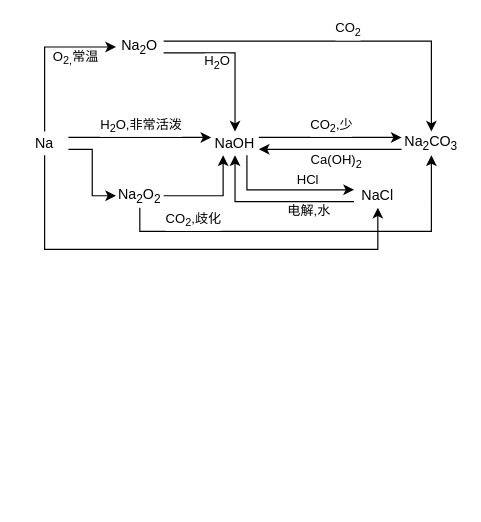
Before: drawio/Na.drawio in yang-zhongtian/11, a draw.io diagram. Source tidied: cells renumbered, new cells numbered last; positions are measured from the earlier drawing's top-left corner, leaving out a move shared by most shapes. Both pictures are drawn from the tidied source at 119%, with x=0, y=0 at pixel (20, 35).
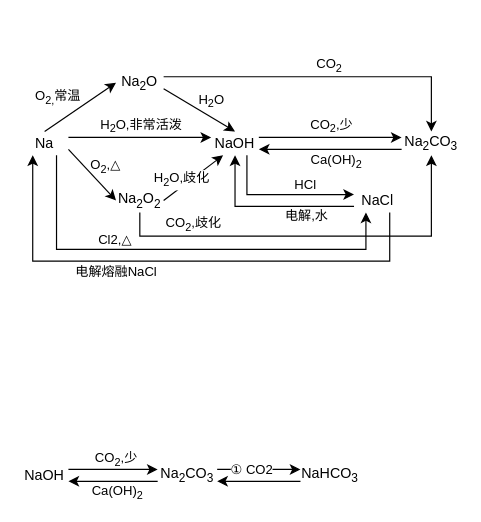
After the change.

Change to the diagram source:
```diff
@@
-    <mxCell id="2" style="jettySize=auto;html=1;exitX=0.5;exitY=0;exitDx=0;exitDy=0;entryX=0;entryY=0.5;entryDx=0;entryDy=0;rounded=0;edgeStyle=orthogonalEdgeStyle;" parent="1" edge="1" source="8" target="13">
+    <mxCell id="2" style="jettySize=auto;html=1;exitX=0.5;exitY=0;exitDx=0;exitDy=0;entryX=0;entryY=0.5;entryDx=0;entryDy=0;rounded=0;labelBackgroundColor=none;" parent="1" edge="1" source="8" target="13">
       <mxGeometry relative="1" as="geometry" />
     </mxCell>
-    <mxCell id="3" value="O&lt;sub&gt;2,&lt;/sub&gt;常温" style="edgeLabel;html=1;align=center;verticalAlign=middle;" parent="2" vertex="1">
+    <mxCell id="3" value="O&lt;sub&gt;2,&lt;/sub&gt;常温" style="edgeLabel;html=1;align=center;verticalAlign=middle;labelBackgroundColor=none;" parent="2" vertex="1">
       <mxGeometry x="-0.01" y="3" relative="1" as="geometry">
-        <mxPoint x="28" y="3.8" as="offset" />
+        <mxPoint x="-17.5" y="-5.8" as="offset" />
       </mxGeometry>
     </mxCell>
-    <mxCell id="4" style="edgeStyle=orthogonalEdgeStyle;rounded=0;jettySize=auto;html=1;entryX=0;entryY=0.25;entryDx=0;entryDy=0;exitX=1;exitY=0.25;exitDx=0;exitDy=0;" parent="1" edge="1" source="8" target="18">
+    <mxCell id="4" style="edgeStyle=orthogonalEdgeStyle;rounded=0;jettySize=auto;html=1;entryX=0;entryY=0.25;entryDx=0;entryDy=0;exitX=1;exitY=0.25;exitDx=0;exitDy=0;labelBackgroundColor=none;" parent="1" edge="1" source="8" target="18">
       <mxGeometry relative="1" as="geometry" />
     </mxCell>
-    <mxCell id="5" value="H&lt;sub&gt;2&lt;/sub&gt;O,非常活泼" style="edgeLabel;html=1;align=center;verticalAlign=middle;" parent="4" vertex="1">
+    <mxCell id="5" value="H&lt;sub&gt;2&lt;/sub&gt;O,非常活泼" style="edgeLabel;html=1;align=center;verticalAlign=middle;labelBackgroundColor=none;" parent="4" vertex="1">
       <mxGeometry x="-0.17" y="-1" relative="1" as="geometry">
         <mxPoint x="10" y="-11" as="offset" />
       </mxGeometry>
     </mxCell>
-    <mxCell id="6" style="edgeStyle=orthogonalEdgeStyle;rounded=0;jettySize=auto;html=1;exitX=1;exitY=0.75;exitDx=0;exitDy=0;entryX=0;entryY=0.5;entryDx=0;entryDy=0;" parent="1" edge="1" source="8" target="25">
+    <mxCell id="6" style="rounded=0;jettySize=auto;html=1;exitX=1;exitY=0.75;exitDx=0;exitDy=0;entryX=0;entryY=0.5;entryDx=0;entryDy=0;labelBackgroundColor=none;" parent="1" edge="1" source="8" target="25">
       <mxGeometry relative="1" as="geometry" />
     </mxCell>
+    <mxCell id="29" value="O&lt;sub&gt;2&lt;/sub&gt;,△" style="edgeLabel;html=1;align=center;verticalAlign=middle;labelBackgroundColor=none;" parent="6" vertex="1">
+      <mxGeometry x="-0.29" y="1" relative="1" as="geometry">
+        <mxPoint x="15.2" y="-0.5" as="offset" />
+      </mxGeometry>
+    </mxCell>
-    <mxCell id="7" style="edgeStyle=orthogonalEdgeStyle;rounded=0;jettySize=auto;html=1;entryX=0.5;entryY=1;entryDx=0;entryDy=0;" parent="1" edge="1" source="8" target="28">
+    <mxCell id="7" style="edgeStyle=orthogonalEdgeStyle;rounded=0;jettySize=auto;html=1;entryX=0.25;entryY=1;entryDx=0;entryDy=0;exitX=0.75;exitY=1;exitDx=0;exitDy=0;labelBackgroundColor=none;" parent="1" edge="1" source="8" target="28">
       <mxGeometry relative="1" as="geometry">
         <Array as="points">
-          <mxPoint x="20" y="180" />
-          <mxPoint x="300" y="180" />
+          <mxPoint x="30" y="180" />
+          <mxPoint x="290" y="180" />
         </Array>
       </mxGeometry>
     </mxCell>
+    <mxCell id="30" value="Cl2,△" style="edgeLabel;html=1;align=center;verticalAlign=middle;labelBackgroundColor=none;" parent="7" vertex="1">
+      <mxGeometry x="-0.43" relative="1" as="geometry">
+        <mxPoint x="22.8" y="-9" as="offset" />
+      </mxGeometry>
+    </mxCell>
-    <mxCell id="8" value="Na" style="text;html=1;strokeColor=none;fillColor=none;align=center;verticalAlign=middle;whiteSpace=wrap;rounded=0;" parent="1" vertex="1">
+    <mxCell id="8" value="Na" style="text;html=1;strokeColor=none;fillColor=none;align=center;verticalAlign=middle;whiteSpace=wrap;rounded=0;labelBackgroundColor=none;" parent="1" vertex="1">
       <mxGeometry y="81" width="40" height="20" as="geometry" />
     </mxCell>
-    <mxCell id="9" style="edgeStyle=orthogonalEdgeStyle;rounded=0;jettySize=auto;html=1;exitX=1;exitY=0.75;exitDx=0;exitDy=0;entryX=0.5;entryY=0;entryDx=0;entryDy=0;" parent="1" edge="1" source="13" target="18">
+    <mxCell id="9" style="rounded=0;jettySize=auto;html=1;exitX=1;exitY=0.75;exitDx=0;exitDy=0;entryX=0.5;entryY=0;entryDx=0;entryDy=0;labelBackgroundColor=none;" parent="1" edge="1" source="13" target="18">
       <mxGeometry relative="1" as="geometry" />
     </mxCell>
-    <mxCell id="10" value="H&lt;sub&gt;2&lt;/sub&gt;O" style="edgeLabel;html=1;align=center;verticalAlign=middle;" parent="9" vertex="1">
+    <mxCell id="10" value="H&lt;sub&gt;2&lt;/sub&gt;O" style="edgeLabel;html=1;align=center;verticalAlign=middle;labelBackgroundColor=none;" parent="9" vertex="1">
       <mxGeometry x="-0.4" y="-1" relative="1" as="geometry">
-        <mxPoint x="6.6" y="7.2" as="offset" />
+        <mxPoint x="22.2" y="-0.9" as="offset" />
       </mxGeometry>
     </mxCell>
-    <mxCell id="11" style="rounded=0;jettySize=auto;html=1;exitX=1;exitY=0.25;exitDx=0;exitDy=0;entryX=0.5;entryY=0;entryDx=0;entryDy=0;edgeStyle=orthogonalEdgeStyle;" parent="1" edge="1" source="13" target="21">
+    <mxCell id="11" style="rounded=0;jettySize=auto;html=1;exitX=1;exitY=0.25;exitDx=0;exitDy=0;entryX=0.5;entryY=0;entryDx=0;entryDy=0;edgeStyle=orthogonalEdgeStyle;labelBackgroundColor=none;" parent="1" edge="1" source="13" target="21">
       <mxGeometry relative="1" as="geometry" />
     </mxCell>
-    <mxCell id="12" value="CO&lt;sub&gt;2&lt;/sub&gt;" style="edgeLabel;html=1;align=center;verticalAlign=middle;" parent="11" vertex="1">
+    <mxCell id="12" value="CO&lt;sub&gt;2&lt;/sub&gt;" style="edgeLabel;html=1;align=center;verticalAlign=middle;labelBackgroundColor=none;" parent="11" vertex="1">
       <mxGeometry x="0.02" y="1" relative="1" as="geometry">
         <mxPoint y="-9" as="offset" />
       </mxGeometry>
     </mxCell>
-    <mxCell id="13" value="Na&lt;sub&gt;2&lt;/sub&gt;O" style="text;html=1;strokeColor=none;fillColor=none;align=center;verticalAlign=middle;whiteSpace=wrap;rounded=0;" parent="1" vertex="1">
-      <mxGeometry x="80" width="40" height="20" as="geometry" />
+    <mxCell id="13" value="Na&lt;sub&gt;2&lt;/sub&gt;O" style="text;html=1;strokeColor=none;fillColor=none;align=center;verticalAlign=middle;whiteSpace=wrap;rounded=0;labelBackgroundColor=none;" parent="1" vertex="1">
+      <mxGeometry x="80" y="30" width="40" height="20" as="geometry" />
     </mxCell>
-    <mxCell id="14" style="edgeStyle=none;rounded=0;jettySize=auto;html=1;exitX=1;exitY=0.25;exitDx=0;exitDy=0;entryX=0;entryY=0.25;entryDx=0;entryDy=0;" parent="1" edge="1" source="18" target="21">
+    <mxCell id="14" style="edgeStyle=none;rounded=0;jettySize=auto;html=1;exitX=1;exitY=0.25;exitDx=0;exitDy=0;entryX=0;entryY=0.25;entryDx=0;entryDy=0;labelBackgroundColor=none;" parent="1" edge="1" source="18" target="21">
       <mxGeometry relative="1" as="geometry" />
     </mxCell>
-    <mxCell id="15" value="CO&lt;sub&gt;2&lt;/sub&gt;,少" style="edgeLabel;html=1;align=center;verticalAlign=middle;" parent="14" vertex="1">
+    <mxCell id="15" value="CO&lt;sub&gt;2&lt;/sub&gt;,少" style="edgeLabel;html=1;align=center;verticalAlign=middle;labelBackgroundColor=none;" parent="14" vertex="1">
       <mxGeometry x="-0.16" y="-1" relative="1" as="geometry">
         <mxPoint x="10" y="-11" as="offset" />
       </mxGeometry>
     </mxCell>
-    <mxCell id="16" style="edgeStyle=orthogonalEdgeStyle;rounded=0;jettySize=auto;html=1;exitX=0.75;exitY=1;exitDx=0;exitDy=0;entryX=0;entryY=0.25;entryDx=0;entryDy=0;" parent="1" edge="1" source="18" target="28">
+    <mxCell id="16" style="edgeStyle=orthogonalEdgeStyle;rounded=0;jettySize=auto;html=1;exitX=0.75;exitY=1;exitDx=0;exitDy=0;entryX=0;entryY=0.25;entryDx=0;entryDy=0;labelBackgroundColor=none;" parent="1" edge="1" source="18" target="28">
       <mxGeometry relative="1" as="geometry" />
     </mxCell>
-    <mxCell id="17" value="HCl" style="edgeLabel;html=1;align=center;verticalAlign=middle;" parent="16" vertex="1">
+    <mxCell id="17" value="HCl" style="edgeLabel;html=1;align=center;verticalAlign=middle;labelBackgroundColor=none;" parent="16" vertex="1">
       <mxGeometry x="-0.11" y="1" relative="1" as="geometry">
         <mxPoint x="26.8" y="-8" as="offset" />
       </mxGeometry>
     </mxCell>
-    <mxCell id="18" value="NaOH" style="text;html=1;strokeColor=none;fillColor=none;align=center;verticalAlign=middle;whiteSpace=wrap;rounded=0;" parent="1" vertex="1">
+    <mxCell id="18" value="NaOH" style="text;html=1;strokeColor=none;fillColor=none;align=center;verticalAlign=middle;whiteSpace=wrap;rounded=0;labelBackgroundColor=none;" parent="1" vertex="1">
       <mxGeometry x="160" y="81" width="40" height="20" as="geometry" />
     </mxCell>
-    <mxCell id="19" style="edgeStyle=none;rounded=0;jettySize=auto;html=1;exitX=0;exitY=0.75;exitDx=0;exitDy=0;entryX=1;entryY=0.75;entryDx=0;entryDy=0;" parent="1" edge="1" source="21" target="18">
+    <mxCell id="19" style="edgeStyle=none;rounded=0;jettySize=auto;html=1;exitX=0;exitY=0.75;exitDx=0;exitDy=0;entryX=1;entryY=0.75;entryDx=0;entryDy=0;labelBackgroundColor=none;" parent="1" edge="1" source="21" target="18">
       <mxGeometry relative="1" as="geometry" />
     </mxCell>
-    <mxCell id="20" value="Ca(OH)&lt;sub&gt;2&lt;/sub&gt;" style="edgeLabel;html=1;align=center;verticalAlign=middle;" parent="19" vertex="1">
+    <mxCell id="20" value="Ca(OH)&lt;sub&gt;2&lt;/sub&gt;" style="edgeLabel;html=1;align=center;verticalAlign=middle;labelBackgroundColor=none;" parent="19" vertex="1">
       <mxGeometry x="0.19" y="1" relative="1" as="geometry">
         <mxPoint x="15.7" y="9" as="offset" />
       </mxGeometry>
     </mxCell>
-    <mxCell id="21" value="Na&lt;sub&gt;2&lt;/sub&gt;CO&lt;sub&gt;3&lt;/sub&gt;" style="text;html=1;strokeColor=none;fillColor=none;align=center;verticalAlign=middle;whiteSpace=wrap;rounded=0;" parent="1" vertex="1">
+    <mxCell id="21" value="Na&lt;sub&gt;2&lt;/sub&gt;CO&lt;sub&gt;3&lt;/sub&gt;" style="text;html=1;strokeColor=none;fillColor=none;align=center;verticalAlign=middle;whiteSpace=wrap;rounded=0;labelBackgroundColor=none;" parent="1" vertex="1">
       <mxGeometry x="320" y="81" width="50" height="20" as="geometry" />
     </mxCell>
-    <mxCell id="22" style="edgeStyle=orthogonalEdgeStyle;rounded=0;jettySize=auto;html=1;exitX=1;exitY=0.5;exitDx=0;exitDy=0;entryX=0.25;entryY=1;entryDx=0;entryDy=0;" parent="1" edge="1" source="25" target="18">
+    <mxCell id="22" style="rounded=0;jettySize=auto;html=1;exitX=1;exitY=0.5;exitDx=0;exitDy=0;entryX=0.25;entryY=1;entryDx=0;entryDy=0;labelBackgroundColor=none;" parent="1" edge="1" source="25" target="18">
       <mxGeometry relative="1" as="geometry" />
     </mxCell>
+    <mxCell id="31" value="H&lt;sub&gt;2&lt;/sub&gt;O,歧化" style="edgeLabel;html=1;align=center;verticalAlign=middle;labelBackgroundColor=#ffffff;" parent="22" vertex="1">
+      <mxGeometry x="-0.59" y="1" relative="1" as="geometry">
+        <mxPoint x="5.1" y="-9" as="offset" />
+      </mxGeometry>
+    </mxCell>
-    <mxCell id="23" style="edgeStyle=orthogonalEdgeStyle;rounded=0;jettySize=auto;html=1;exitX=0.5;exitY=1;exitDx=0;exitDy=0;entryX=0.5;entryY=1;entryDx=0;entryDy=0;" parent="1" edge="1" source="25" target="21">
+    <mxCell id="23" style="edgeStyle=orthogonalEdgeStyle;rounded=0;jettySize=auto;html=1;exitX=0.5;exitY=1;exitDx=0;exitDy=0;entryX=0.5;entryY=1;entryDx=0;entryDy=0;labelBackgroundColor=none;" parent="1" edge="1" source="25" target="21">
       <mxGeometry relative="1" as="geometry" />
     </mxCell>
-    <mxCell id="24" value="CO&lt;sub&gt;2&lt;/sub&gt;,歧化" style="edgeLabel;html=1;align=center;verticalAlign=middle;" parent="23" vertex="1">
+    <mxCell id="24" value="CO&lt;sub&gt;2&lt;/sub&gt;,歧化" style="edgeLabel;html=1;align=center;verticalAlign=middle;labelBackgroundColor=none;" parent="23" vertex="1">
       <mxGeometry x="-0.68" y="-1" relative="1" as="geometry">
         <mxPoint x="11.4" y="-11" as="offset" />
       </mxGeometry>
     </mxCell>
-    <mxCell id="25" value="Na&lt;sub&gt;2&lt;/sub&gt;O&lt;sub&gt;2&lt;/sub&gt;" style="text;html=1;strokeColor=none;fillColor=none;align=center;verticalAlign=middle;whiteSpace=wrap;rounded=0;" parent="1" vertex="1">
-      <mxGeometry x="80" y="125" width="40" height="20" as="geometry" />
+    <mxCell id="25" value="Na&lt;sub&gt;2&lt;/sub&gt;O&lt;sub&gt;2&lt;/sub&gt;" style="text;html=1;strokeColor=none;fillColor=none;align=center;verticalAlign=middle;whiteSpace=wrap;rounded=0;labelBackgroundColor=none;" parent="1" vertex="1">
+      <mxGeometry x="80" y="129" width="40" height="20" as="geometry" />
     </mxCell>
-    <mxCell id="26" style="edgeStyle=orthogonalEdgeStyle;rounded=0;jettySize=auto;html=1;exitX=0;exitY=0.75;exitDx=0;exitDy=0;entryX=0.5;entryY=1;entryDx=0;entryDy=0;" parent="1" edge="1" source="28" target="18">
+    <mxCell id="26" style="edgeStyle=orthogonalEdgeStyle;rounded=0;jettySize=auto;html=1;exitX=0;exitY=0.75;exitDx=0;exitDy=0;entryX=0.5;entryY=1;entryDx=0;entryDy=0;labelBackgroundColor=none;" parent="1" edge="1" source="28" target="18">
       <mxGeometry relative="1" as="geometry" />
     </mxCell>
-    <mxCell id="27" value="电解,水" style="edgeLabel;html=1;align=center;verticalAlign=middle;" parent="26" vertex="1">
+    <mxCell id="27" value="电解,水" style="edgeLabel;html=1;align=center;verticalAlign=middle;labelBackgroundColor=none;" parent="26" vertex="1">
       <mxGeometry x="0.12" y="-1" relative="1" as="geometry">
         <mxPoint x="39.3" y="8" as="offset" />
       </mxGeometry>
     </mxCell>
+    <mxCell id="32" style="edgeStyle=orthogonalEdgeStyle;rounded=0;jettySize=auto;html=1;exitX=0.75;exitY=1;exitDx=0;exitDy=0;entryX=0.25;entryY=1;entryDx=0;entryDy=0;labelBackgroundColor=none;" parent="1" edge="1" source="28" target="8">
+      <mxGeometry relative="1" as="geometry">
+        <Array as="points">
+          <mxPoint x="310" y="190" />
+          <mxPoint x="10" y="190" />
+        </Array>
+      </mxGeometry>
+    </mxCell>
+    <mxCell id="33" value="电解熔融NaCl" style="edgeLabel;html=1;align=center;verticalAlign=middle;labelBackgroundColor=none;" parent="32" vertex="1">
+      <mxGeometry x="0.4" y="2" relative="1" as="geometry">
+        <mxPoint x="29.8" y="6" as="offset" />
+      </mxGeometry>
+    </mxCell>
-    <mxCell id="28" value="NaCl" style="text;html=1;strokeColor=none;fillColor=none;align=center;verticalAlign=middle;whiteSpace=wrap;rounded=0;" parent="1" vertex="1">
-      <mxGeometry x="280" y="125" width="40" height="20" as="geometry" />
+    <mxCell id="28" value="NaCl" style="text;html=1;strokeColor=none;fillColor=none;align=center;verticalAlign=middle;whiteSpace=wrap;rounded=0;labelBackgroundColor=none;" parent="1" vertex="1">
+      <mxGeometry x="280" y="129" width="40" height="20" as="geometry" />
     </mxCell>
+    <mxCell id="34" style="edgeStyle=none;rounded=0;jettySize=auto;html=1;exitX=1;exitY=0.25;exitDx=0;exitDy=0;entryX=0;entryY=0.25;entryDx=0;entryDy=0;labelBackgroundColor=none;" parent="1" edge="1" source="36" target="41">
+      <mxGeometry relative="1" as="geometry" />
+    </mxCell>
+    <mxCell id="35" value="CO&lt;sub&gt;2&lt;/sub&gt;,少" style="edgeLabel;html=1;align=center;verticalAlign=middle;labelBackgroundColor=none;" parent="34" vertex="1">
+      <mxGeometry x="-0.3" y="-1" relative="1" as="geometry">
+        <mxPoint x="13.8" y="-10" as="offset" />
+      </mxGeometry>
+    </mxCell>
+    <mxCell id="36" value="NaOH" style="text;html=1;strokeColor=none;fillColor=none;align=center;verticalAlign=middle;whiteSpace=wrap;rounded=0;labelBackgroundColor=#ffffff;" parent="1" vertex="1">
+      <mxGeometry y="360" width="40" height="20" as="geometry" />
+    </mxCell>
+    <mxCell id="37" style="edgeStyle=none;rounded=0;jettySize=auto;html=1;exitX=0;exitY=0.75;exitDx=0;exitDy=0;entryX=1;entryY=0.75;entryDx=0;entryDy=0;labelBackgroundColor=none;" parent="1" edge="1" source="41" target="36">
+      <mxGeometry relative="1" as="geometry" />
+    </mxCell>
+    <mxCell id="38" value="Ca(OH)&lt;sub&gt;2&lt;/sub&gt;" style="edgeLabel;html=1;align=center;verticalAlign=middle;" parent="37" vertex="1">
+      <mxGeometry x="0.21" y="2" relative="1" as="geometry">
+        <mxPoint x="10.5" y="7" as="offset" />
+      </mxGeometry>
+    </mxCell>
+    <mxCell id="39" style="edgeStyle=none;rounded=0;jettySize=auto;html=1;exitX=1;exitY=0.25;exitDx=0;exitDy=0;entryX=0;entryY=0.25;entryDx=0;entryDy=0;labelBackgroundColor=none;" parent="1" edge="1" source="41" target="43">
+      <mxGeometry relative="1" as="geometry" />
+    </mxCell>
+    <mxCell id="40" value="① CO2" style="edgeLabel;html=1;align=center;verticalAlign=middle;" parent="39" vertex="1">
+      <mxGeometry x="-0.2" y="1" relative="1" as="geometry" />
+    </mxCell>
+    <mxCell id="41" value="Na&lt;sub&gt;2&lt;/sub&gt;CO&lt;sub&gt;3&lt;/sub&gt;" style="text;html=1;strokeColor=none;fillColor=none;align=center;verticalAlign=middle;whiteSpace=wrap;rounded=0;labelBackgroundColor=#ffffff;" parent="1" vertex="1">
+      <mxGeometry x="115" y="360" width="50" height="20" as="geometry" />
+    </mxCell>
+    <mxCell id="42" style="edgeStyle=none;rounded=0;jettySize=auto;html=1;exitX=0;exitY=0.75;exitDx=0;exitDy=0;entryX=1;entryY=0.75;entryDx=0;entryDy=0;labelBackgroundColor=none;" parent="1" edge="1" source="43" target="41">
+      <mxGeometry relative="1" as="geometry" />
+    </mxCell>
+    <mxCell id="43" value="NaHCO&lt;sub&gt;3&lt;/sub&gt;" style="text;html=1;strokeColor=none;fillColor=none;align=center;verticalAlign=middle;whiteSpace=wrap;rounded=0;labelBackgroundColor=none;" parent="1" vertex="1">
+      <mxGeometry x="235" y="360" width="50" height="20" as="geometry" />
+    </mxCell>
```
